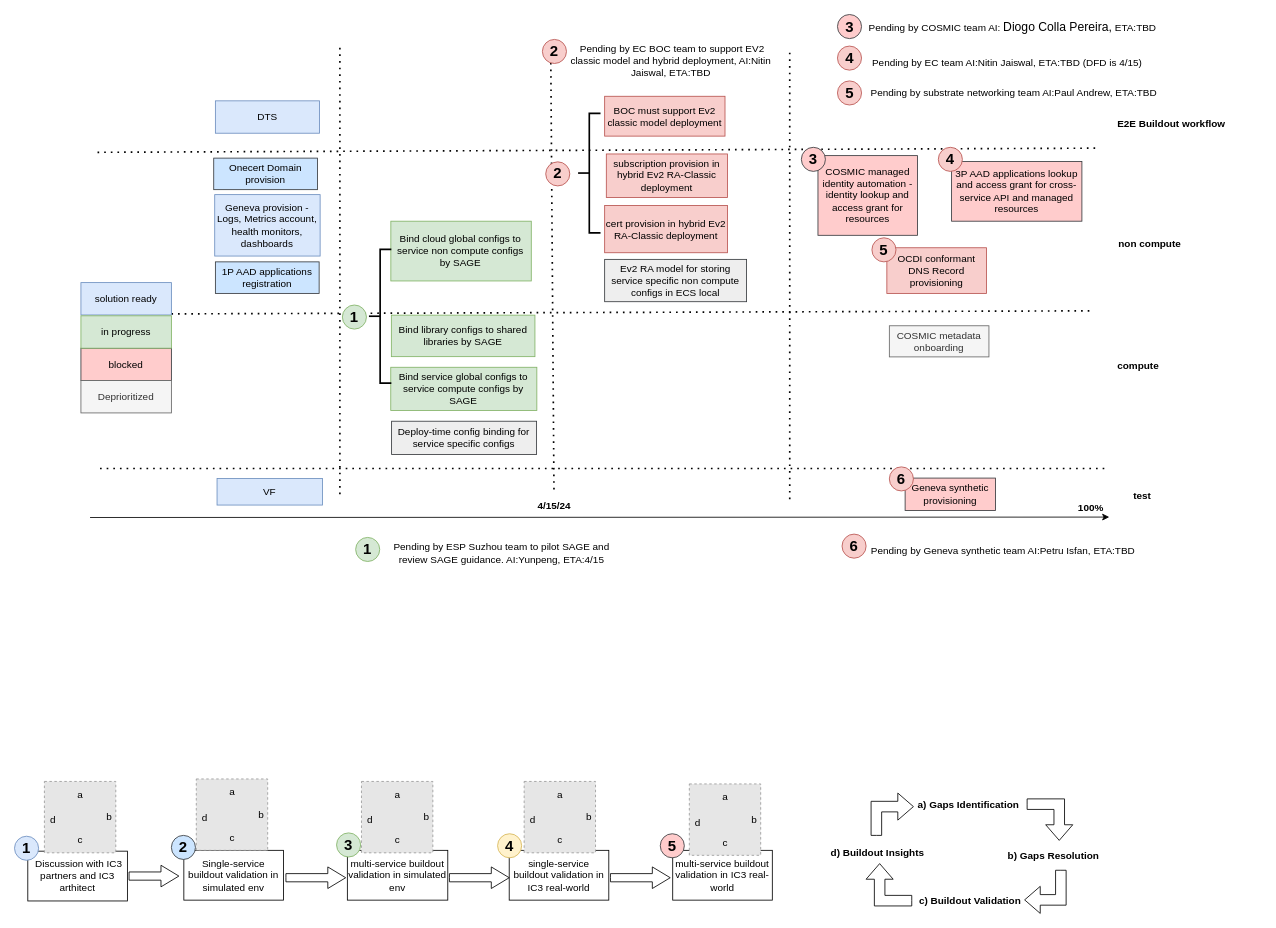
Before: page "automation status overview" (9 of 10) of buildout.drawio in nonly/timewheel, a draw.io diagram. Source tidied: cells renumbered, new cells numbered last; positions are measured from the earlier drawing's top-left corner, leaving out a move shared by most shapes. Both pictures are drawn from the tidied source at 83%, with x=0, y=0 at pixel (14, 14). Pictures stored in the file or linked from it are replaced by grey dashed boxes.
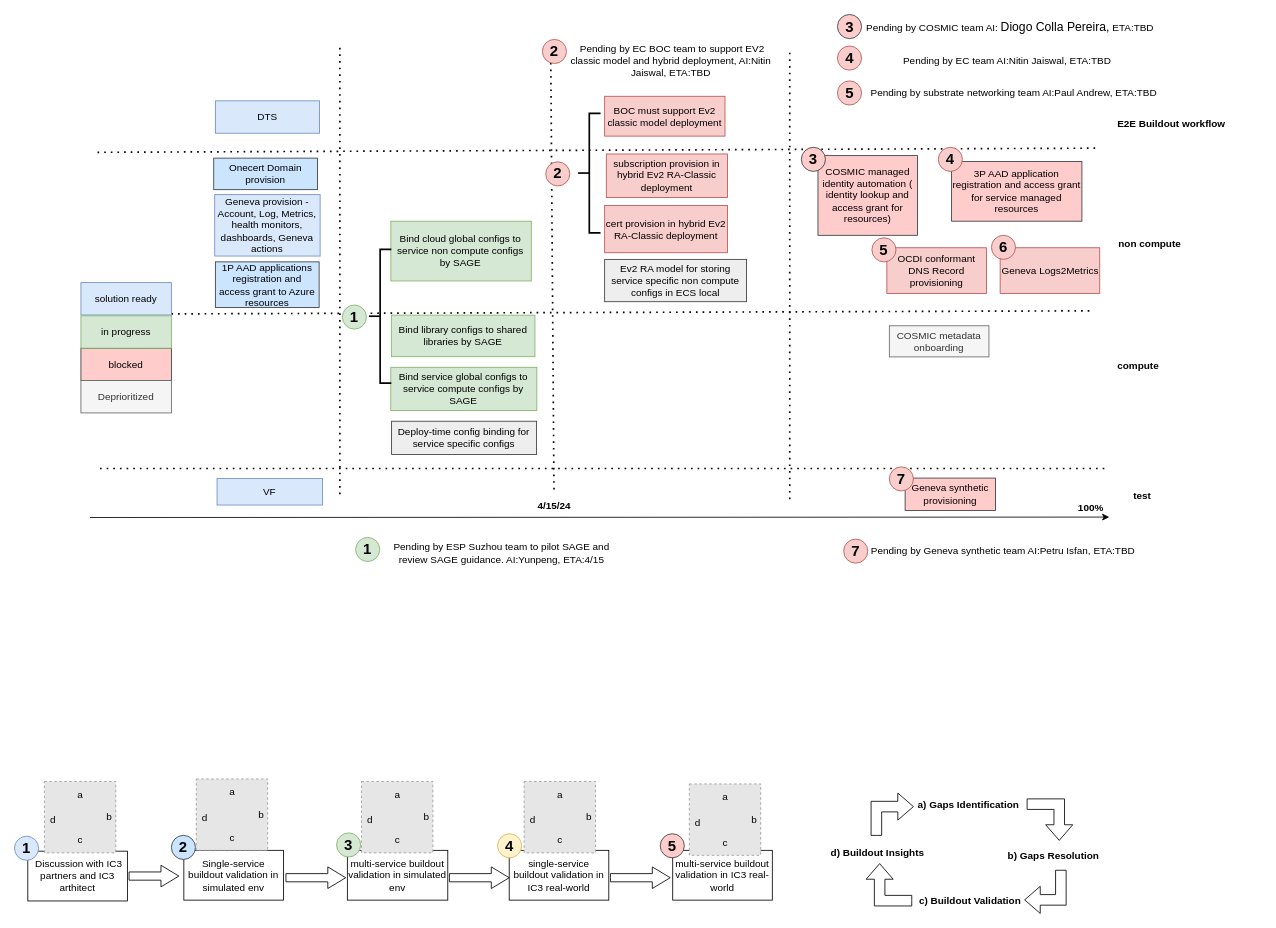
The same page after the edit.

Diff of the diagram source:
```diff
@@
+    <mxCell id="111" value="Geneva Logs2Metrics" style="rounded=0;whiteSpace=wrap;html=1;fillColor=#f8cecc;strokeColor=#b85450;" parent="1" vertex="1">
+      <mxGeometry x="1187.5" y="281" width="120" height="55" as="geometry" />
+    </mxCell>
@@
-    <mxCell id="4" value="Geneva provision - Logs, Metrics account, health monitors, dashboards" style="rounded=0;whiteSpace=wrap;html=1;fillColor=#dae8fc;strokeColor=#6c8ebf;" parent="1" vertex="1">
+    <mxCell id="4" value="Geneva provision - Account, Log, Metrics, health monitors, dashboards, Geneva actions" style="rounded=0;whiteSpace=wrap;html=1;fillColor=#dae8fc;strokeColor=#6c8ebf;" parent="1" vertex="1">
       <mxGeometry x="241.2" y="217" width="127" height="74" as="geometry" />
     </mxCell>
@@
-    <mxCell id="12" value="3P AAD applications lookup and access grant for cross-service API and managed resources" style="rounded=0;whiteSpace=wrap;html=1;fillColor=#ffcccc;strokeColor=#36393d;" parent="1" vertex="1">
+    <mxCell id="12" value="3P AAD application registration and access grant for service managed resources" style="rounded=0;whiteSpace=wrap;html=1;fillColor=#ffcccc;strokeColor=#36393d;" parent="1" vertex="1">
       <mxGeometry x="1129" y="177" width="157" height="72" as="geometry" />
     </mxCell>
@@
-    <mxCell id="14" value="COSMIC managed identity automation - identity lookup and access grant for resources" style="rounded=0;whiteSpace=wrap;html=1;fillColor=#ffcccc;strokeColor=#36393d;" parent="1" vertex="1">
+    <mxCell id="14" value="COSMIC managed identity automation ( identity lookup and access grant for resources)" style="rounded=0;whiteSpace=wrap;html=1;fillColor=#ffcccc;strokeColor=#36393d;" parent="1" vertex="1">
       <mxGeometry x="968" y="170" width="120" height="96" as="geometry" />
     </mxCell>
@@
     <mxCell id="47" value="&amp;nbsp;Pending by COSMIC team AI:&amp;nbsp;&lt;span style=&quot;font-size: 11pt; font-family: Calibri, sans-serif;&quot;&gt;Diogo Colla Pereira,&lt;/span&gt;&amp;nbsp;ETA:TBD" style="text;html=1;align=center;verticalAlign=middle;whiteSpace=wrap;rounded=0;" parent="1" vertex="1">
-      <mxGeometry x="1020.5" width="359.5" height="30" as="geometry" />
+      <mxGeometry x="1018" width="359.5" height="30" as="geometry" />
     </mxCell>
@@
-    <mxCell id="49" value="&lt;font style=&quot;font-size: 12px;&quot;&gt;&amp;nbsp;Pending by EC team AI:Nitin Jaiswal, ETA:TBD (DFD is 4/15)&lt;/font&gt;" style="text;html=1;align=center;verticalAlign=middle;whiteSpace=wrap;rounded=0;" parent="1" vertex="1">
-      <mxGeometry x="1004" y="44" width="381" height="30" as="geometry" />
+    <mxCell id="49" value="&lt;font style=&quot;font-size: 12px;&quot;&gt;&amp;nbsp;Pending by EC team AI:Nitin Jaiswal, ETA:TBD&lt;/font&gt;" style="text;html=1;align=center;verticalAlign=middle;whiteSpace=wrap;rounded=0;" parent="1" vertex="1">
+      <mxGeometry x="1004" y="41" width="381" height="30" as="geometry" />
     </mxCell>
@@
-    <mxCell id="54" value="&lt;font size=&quot;1&quot; style=&quot;&quot;&gt;&lt;b style=&quot;font-size: 18px;&quot;&gt;6&lt;/b&gt;&lt;/font&gt;" style="ellipse;whiteSpace=wrap;html=1;strokeWidth=1;fillColor=#f8cecc;strokeColor=#b85450;" parent="1" vertex="1">
+    <mxCell id="54" value="&lt;font size=&quot;1&quot; style=&quot;&quot;&gt;&lt;b style=&quot;font-size: 18px;&quot;&gt;7&lt;/b&gt;&lt;/font&gt;" style="ellipse;whiteSpace=wrap;html=1;strokeWidth=1;fillColor=#f8cecc;strokeColor=#b85450;" parent="1" vertex="1">
       <mxGeometry x="1054" y="545" width="29" height="29" as="geometry" />
     </mxCell>
@@
     <mxCell id="56" value="&lt;font size=&quot;1&quot; style=&quot;&quot;&gt;&lt;b style=&quot;font-size: 18px;&quot;&gt;6&lt;/b&gt;&lt;/font&gt;" style="ellipse;whiteSpace=wrap;html=1;strokeWidth=1;fillColor=#f8cecc;strokeColor=#b85450;" parent="1" vertex="1">
-      <mxGeometry x="997" y="626" width="29" height="29" as="geometry" />
+      <mxGeometry x="1177" y="266" width="29" height="29" as="geometry" />
     </mxCell>
@@
-    <mxCell id="110" value="1P AAD applications registration" style="rounded=0;whiteSpace=wrap;html=1;fillColor=#cce5ff;strokeColor=#36393d;" parent="1" vertex="1">
-      <mxGeometry x="242" y="298" width="125" height="38" as="geometry" />
+    <mxCell id="110" value="1P AAD applications registration and access grant to Azure resources" style="rounded=0;whiteSpace=wrap;html=1;fillColor=#cce5ff;strokeColor=#36393d;" parent="1" vertex="1">
+      <mxGeometry x="242" y="298" width="125" height="55" as="geometry" />
     </mxCell>
+    <mxCell id="112" value="&lt;font size=&quot;1&quot; style=&quot;&quot;&gt;&lt;b style=&quot;font-size: 18px;&quot;&gt;7&lt;/b&gt;&lt;/font&gt;" style="ellipse;whiteSpace=wrap;html=1;strokeWidth=1;fillColor=#f8cecc;strokeColor=#b85450;" parent="1" vertex="1">
+      <mxGeometry x="999" y="632" width="29" height="29" as="geometry" />
+    </mxCell>
```
